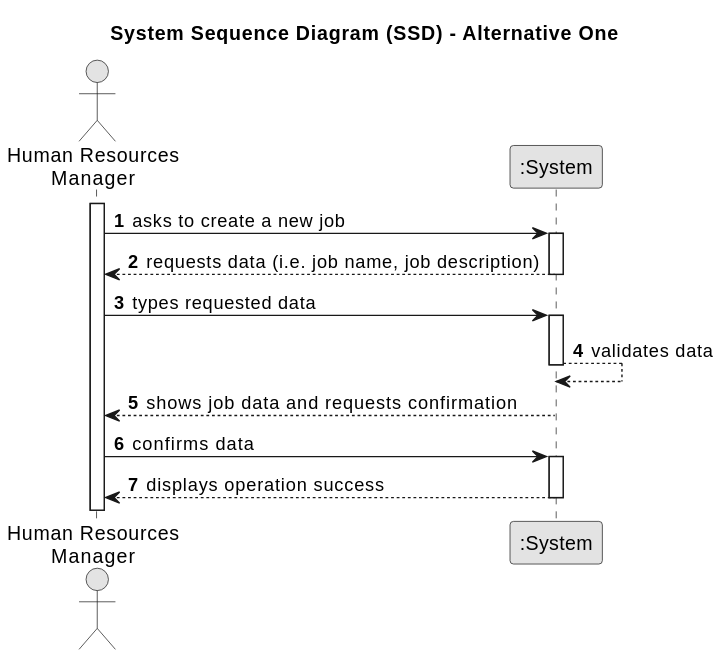
Before: docs/sprintA/us02/01.requirements-engineering/svg/us02-system-sequence-diagram-alternative-one.svg, a diagram exported from PlantUML (Paulo-Pereira-at-ISEP/lei-24-s2-1nanb-g321). Its diagram source:
```plantuml
@startuml
skinparam monochrome true
skinparam packageStyle rectangle
skinparam shadowing false

title System Sequence Diagram (SSD) - Alternative One

autonumber

actor "Human Resources\nManager" as HRM
participant ":System" as System

activate HRM

    HRM -> System : asks to create a new job
    activate System

        System --> HRM : requests data (i.e. job name, job description)
    deactivate System

    HRM -> System : types requested data
    activate System

        System --> System : validates data
    deactivate System

        System --> HRM : shows job data and requests confirmation
    deactivate System

    HRM -> System : confirms data
    activate System

        System --> HRM : displays operation success
    deactivate System
@enduml
```
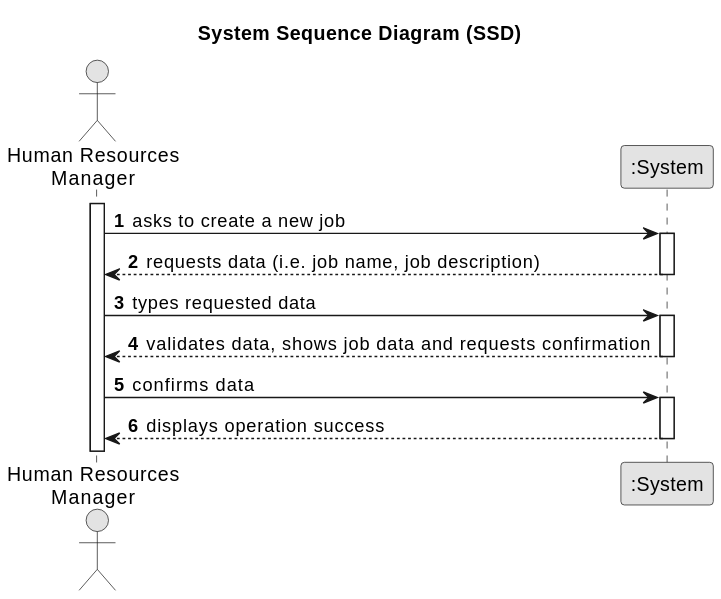
The same file after the commit.

The edit, as a diff of the source:
```diff
@@ -3,7 +3,7 @@
 skinparam packageStyle rectangle
 skinparam shadowing false
 
-title System Sequence Diagram (SSD) - Alternative One
+title System Sequence Diagram (SSD)
 
 autonumber
 
@@ -21,10 +21,7 @@
     HRM -> System : types requested data
     activate System
 
-        System --> System : validates data
-    deactivate System
-
-        System --> HRM : shows job data and requests confirmation
+        System --> HRM : validates data, shows job data and requests confirmation
     deactivate System
 
     HRM -> System : confirms data
```
